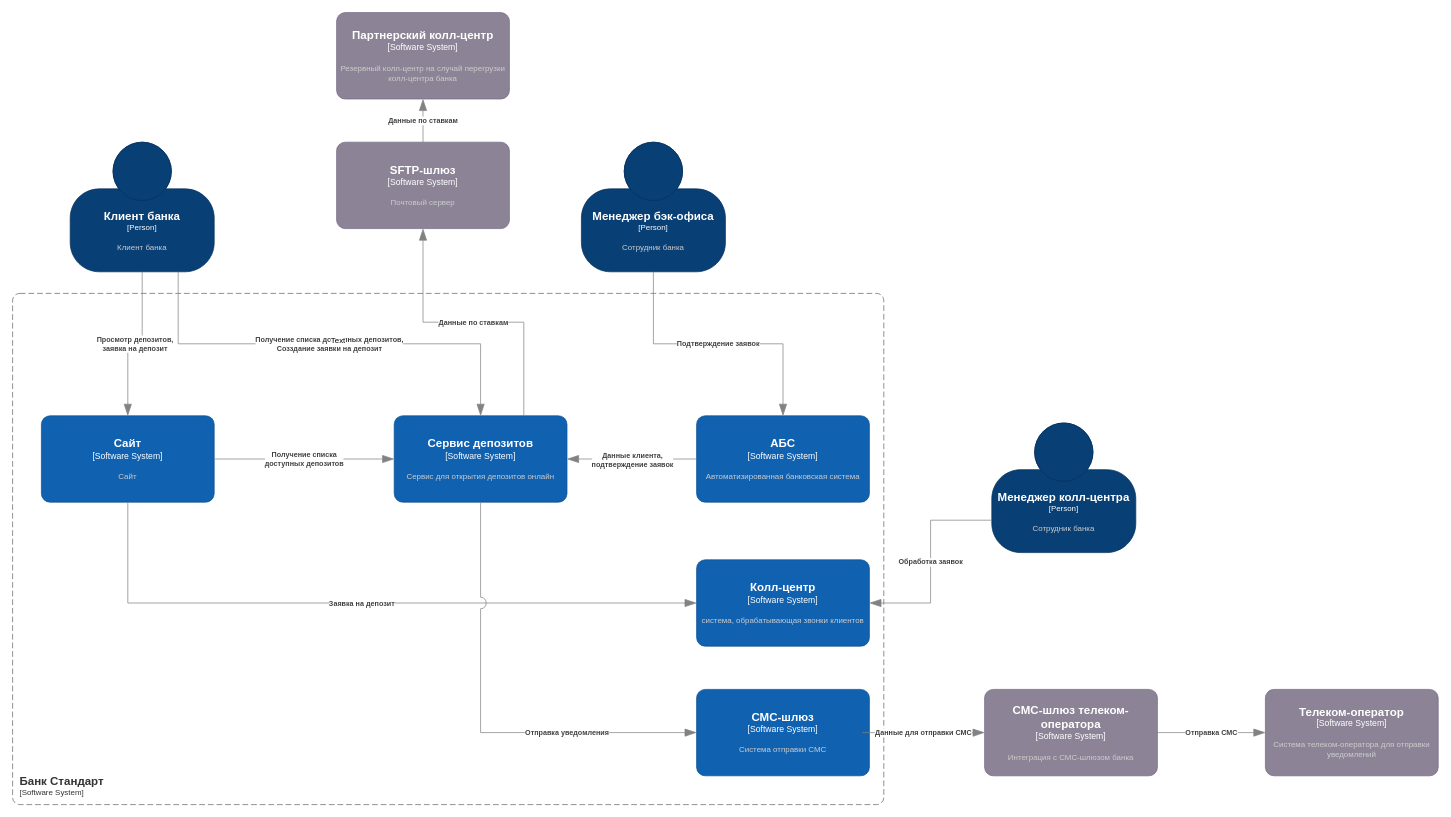
Before: Task4/diagrams/С4_context_task4.drawio in moskalevms/architecture-sprint-9, a draw.io diagram. Source tidied: cells renumbered, new cells numbered last; positions are measured from the earlier drawing's top-left corner, leaving out a move shared by most shapes. Both pictures are drawn from the tidied source at 72%, with x=0, y=0 at pixel (12, 12).
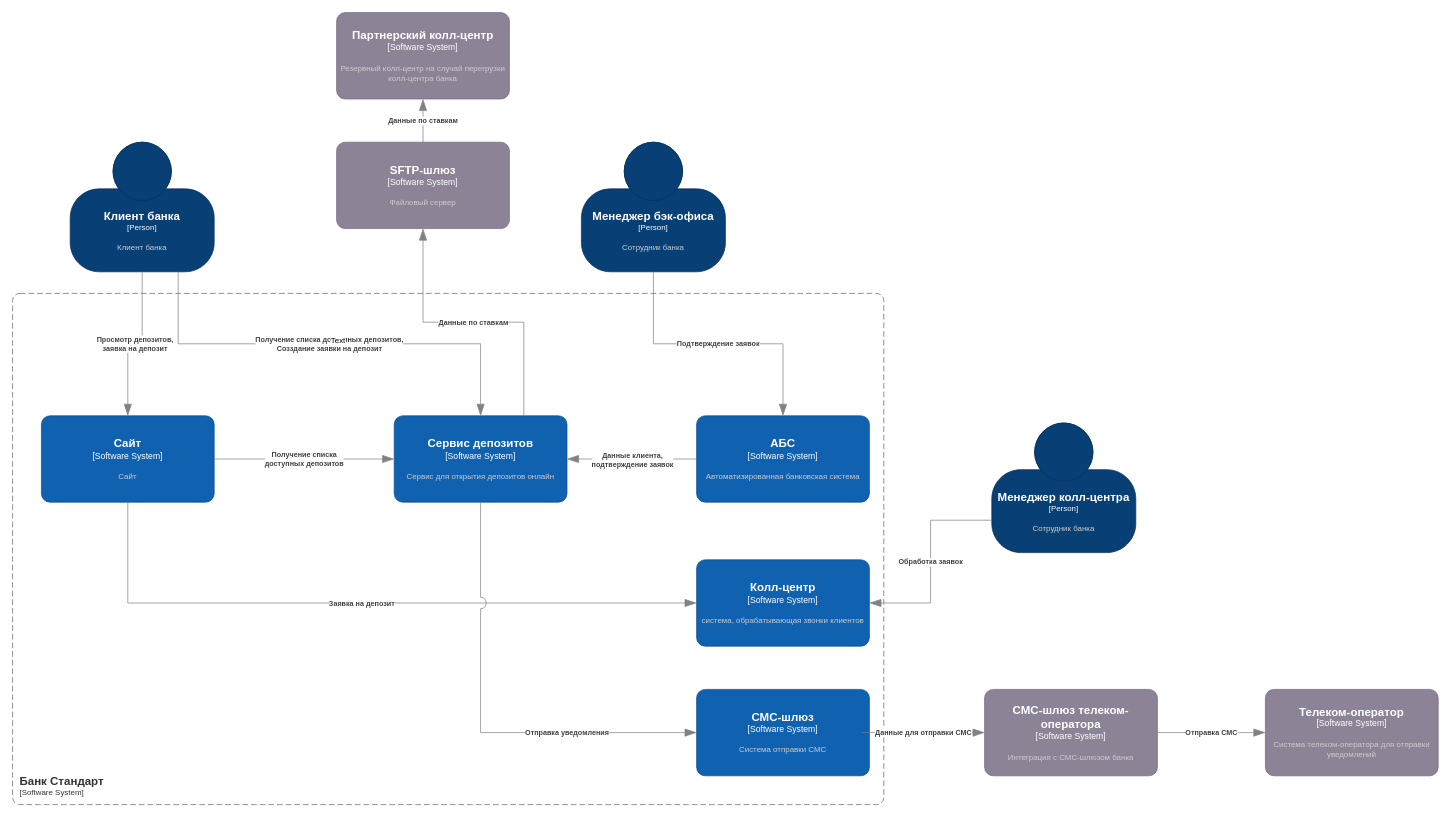
The same diagram, later.

Change to the diagram source:
```diff
@@
-    <object id="25" label="&lt;font style=&quot;font-size: 16px&quot;&gt;&lt;b&gt;%c4Name%&lt;/b&gt;&lt;/font&gt;&lt;div&gt;[%c4Type%]&lt;/div&gt;&lt;br&gt;&lt;div&gt;&lt;font style=&quot;font-size: 11px&quot;&gt;&lt;font color=&quot;#cccccc&quot;&gt;%c4Description%&lt;/font&gt;&lt;/div&gt;" c4Description="Почтовый сервер" c4Name="SFTP-шлюз" c4Type="Software System" placeholders="1">
+    <object id="25" label="&lt;font style=&quot;font-size: 16px&quot;&gt;&lt;b&gt;%c4Name%&lt;/b&gt;&lt;/font&gt;&lt;div&gt;[%c4Type%]&lt;/div&gt;&lt;br&gt;&lt;div&gt;&lt;font style=&quot;font-size: 11px&quot;&gt;&lt;font color=&quot;#cccccc&quot;&gt;%c4Description%&lt;/font&gt;&lt;/div&gt;" c4Description="Файловый сервер" c4Name="SFTP-шлюз" c4Type="Software System" placeholders="1">
       <mxCell style="rounded=1;whiteSpace=wrap;html=1;labelBackgroundColor=none;fillColor=#8C8496;fontColor=#ffffff;align=center;arcSize=10;strokeColor=#736782;points=[[0.25,0,0],[0.5,0,0],[0.75,0,0],[1,0.25,0],[1,0.5,0],[1,0.75,0],[0.75,1,0],[0.5,1,0],[0.25,1,0],[0,0.75,0],[0,0.5,0],[0,0.25,0]];" parent="1" vertex="1">
         <mxGeometry x="450" y="180" width="240" height="120" as="geometry" />
       </mxCell>
     </object>
```
